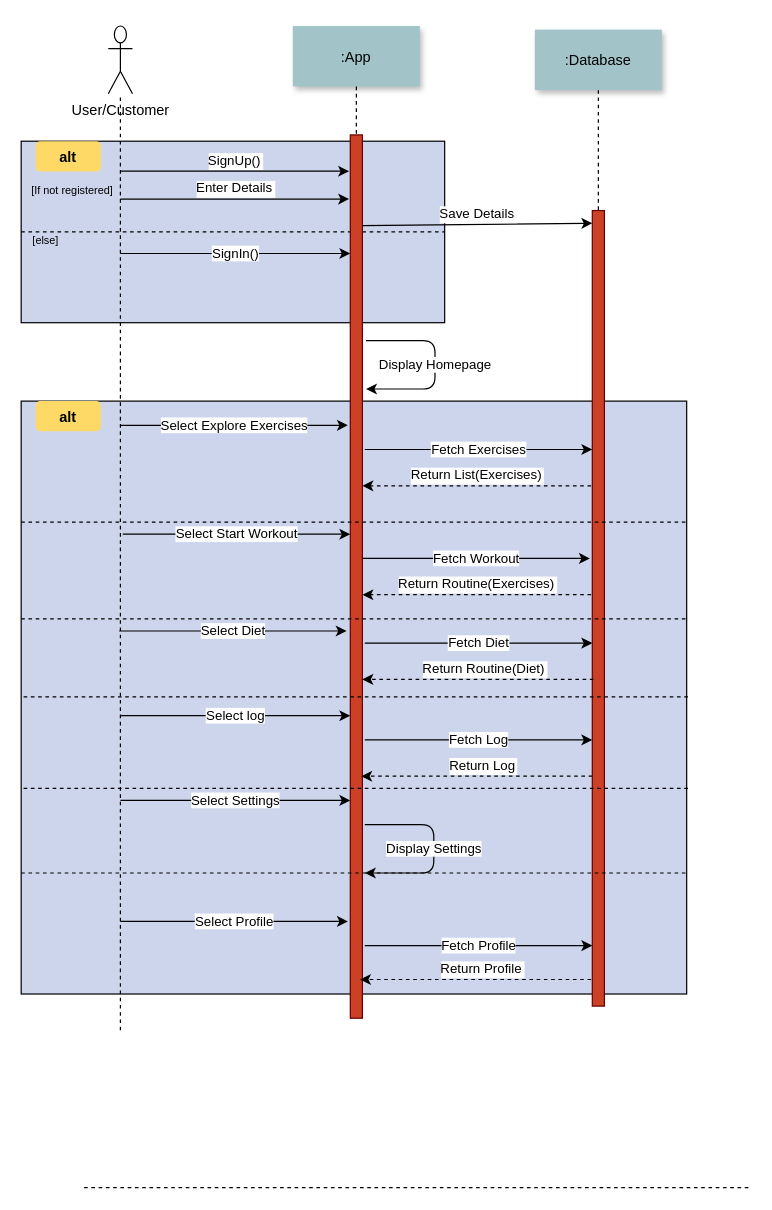
Earlier version of the draw.io diagram sqdiag.drawio (samuzaffar99/WorkoutTracker). Source tidied: cells renumbered, new cells numbered last; positions are measured from the earlier drawing's top-left corner, leaving out a move shared by most shapes. Both pictures are drawn from the tidied source at 121%, with x=0, y=0 at pixel (21, 25).
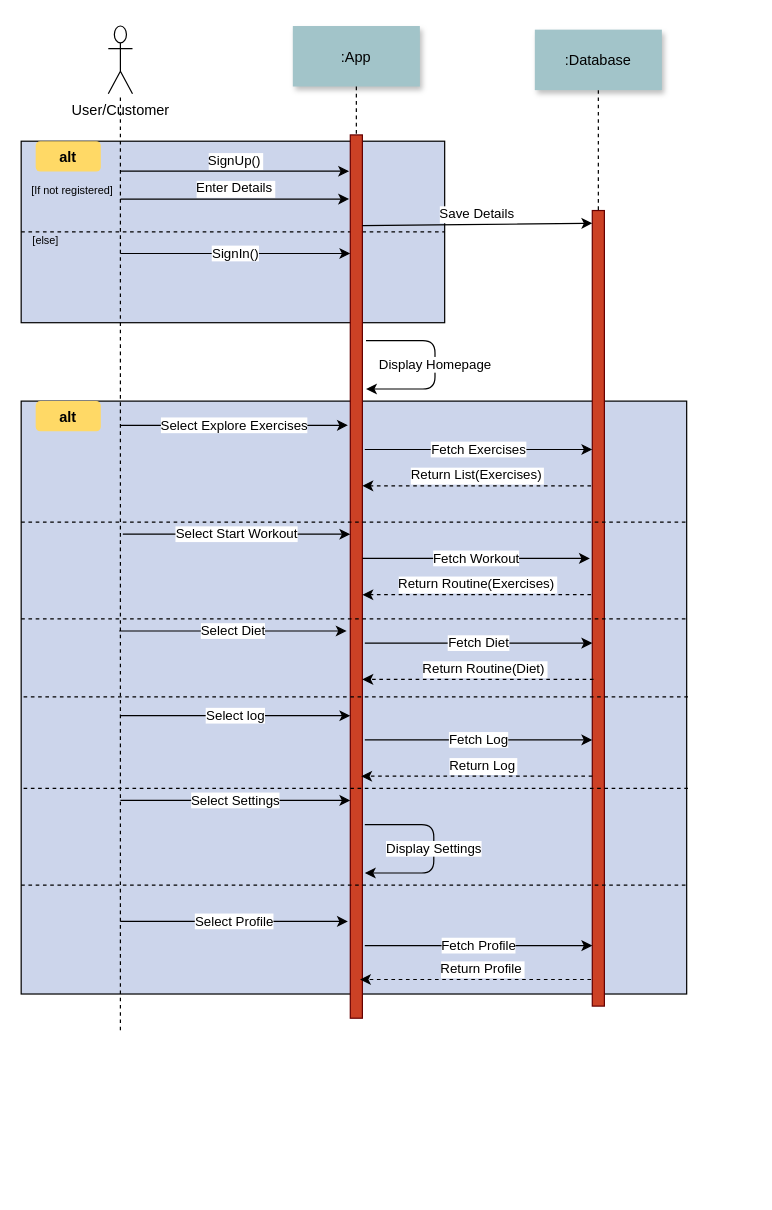
Above is the later version.

What changed in the source:
```diff
@@
     <mxCell id="39" style="endArrow=none;dashed=1;html=1;" parent="1" edge="1">
       <mxGeometry relative="1" as="geometry">
-        <mxPoint y="700" as="sourcePoint" />
-        <mxPoint x="550" y="700" as="targetPoint" />
+        <mxPoint y="710" as="sourcePoint" />
+        <mxPoint x="550" y="710" as="targetPoint" />
       </mxGeometry>
     </mxCell>
@@
-    <mxCell id="44" style="endArrow=none;dashed=1;html=1;" parent="1" edge="1">
-      <mxGeometry relative="1" as="geometry">
-        <mxPoint x="52" y="960" as="sourcePoint" />
-        <mxPoint x="602" y="960" as="targetPoint" />
-      </mxGeometry>
-    </mxCell>
```
